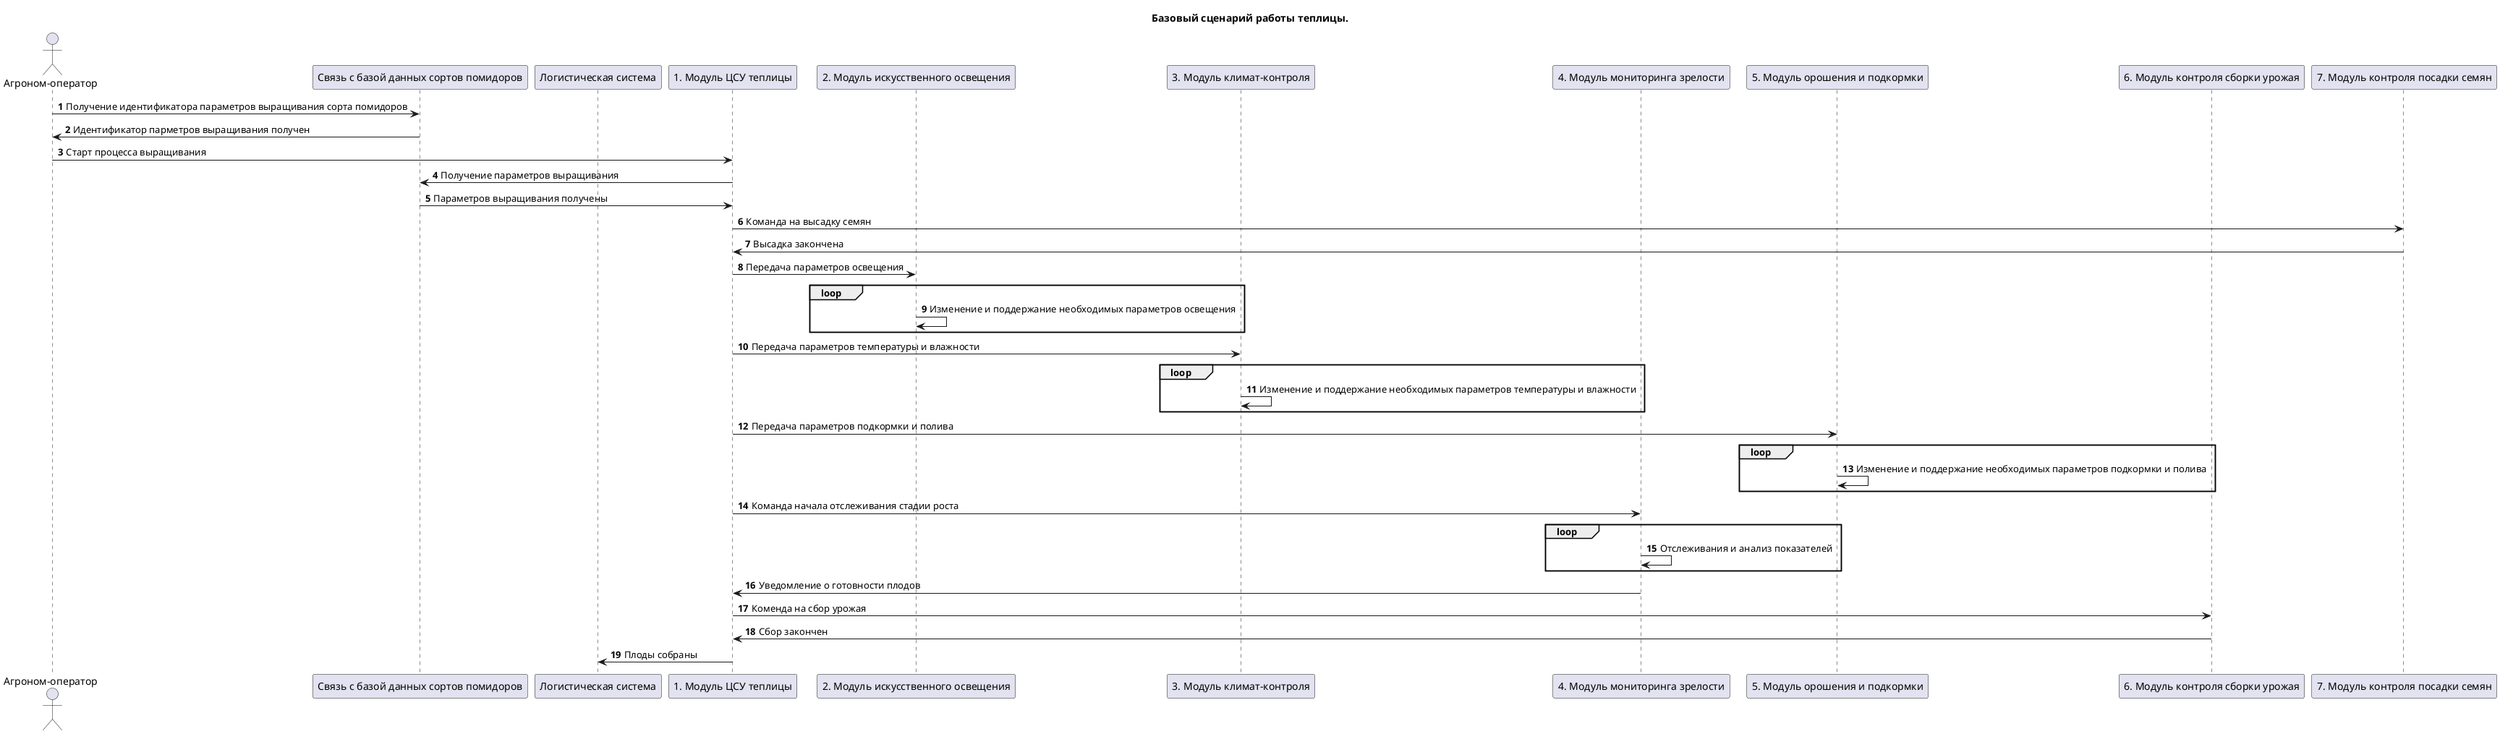
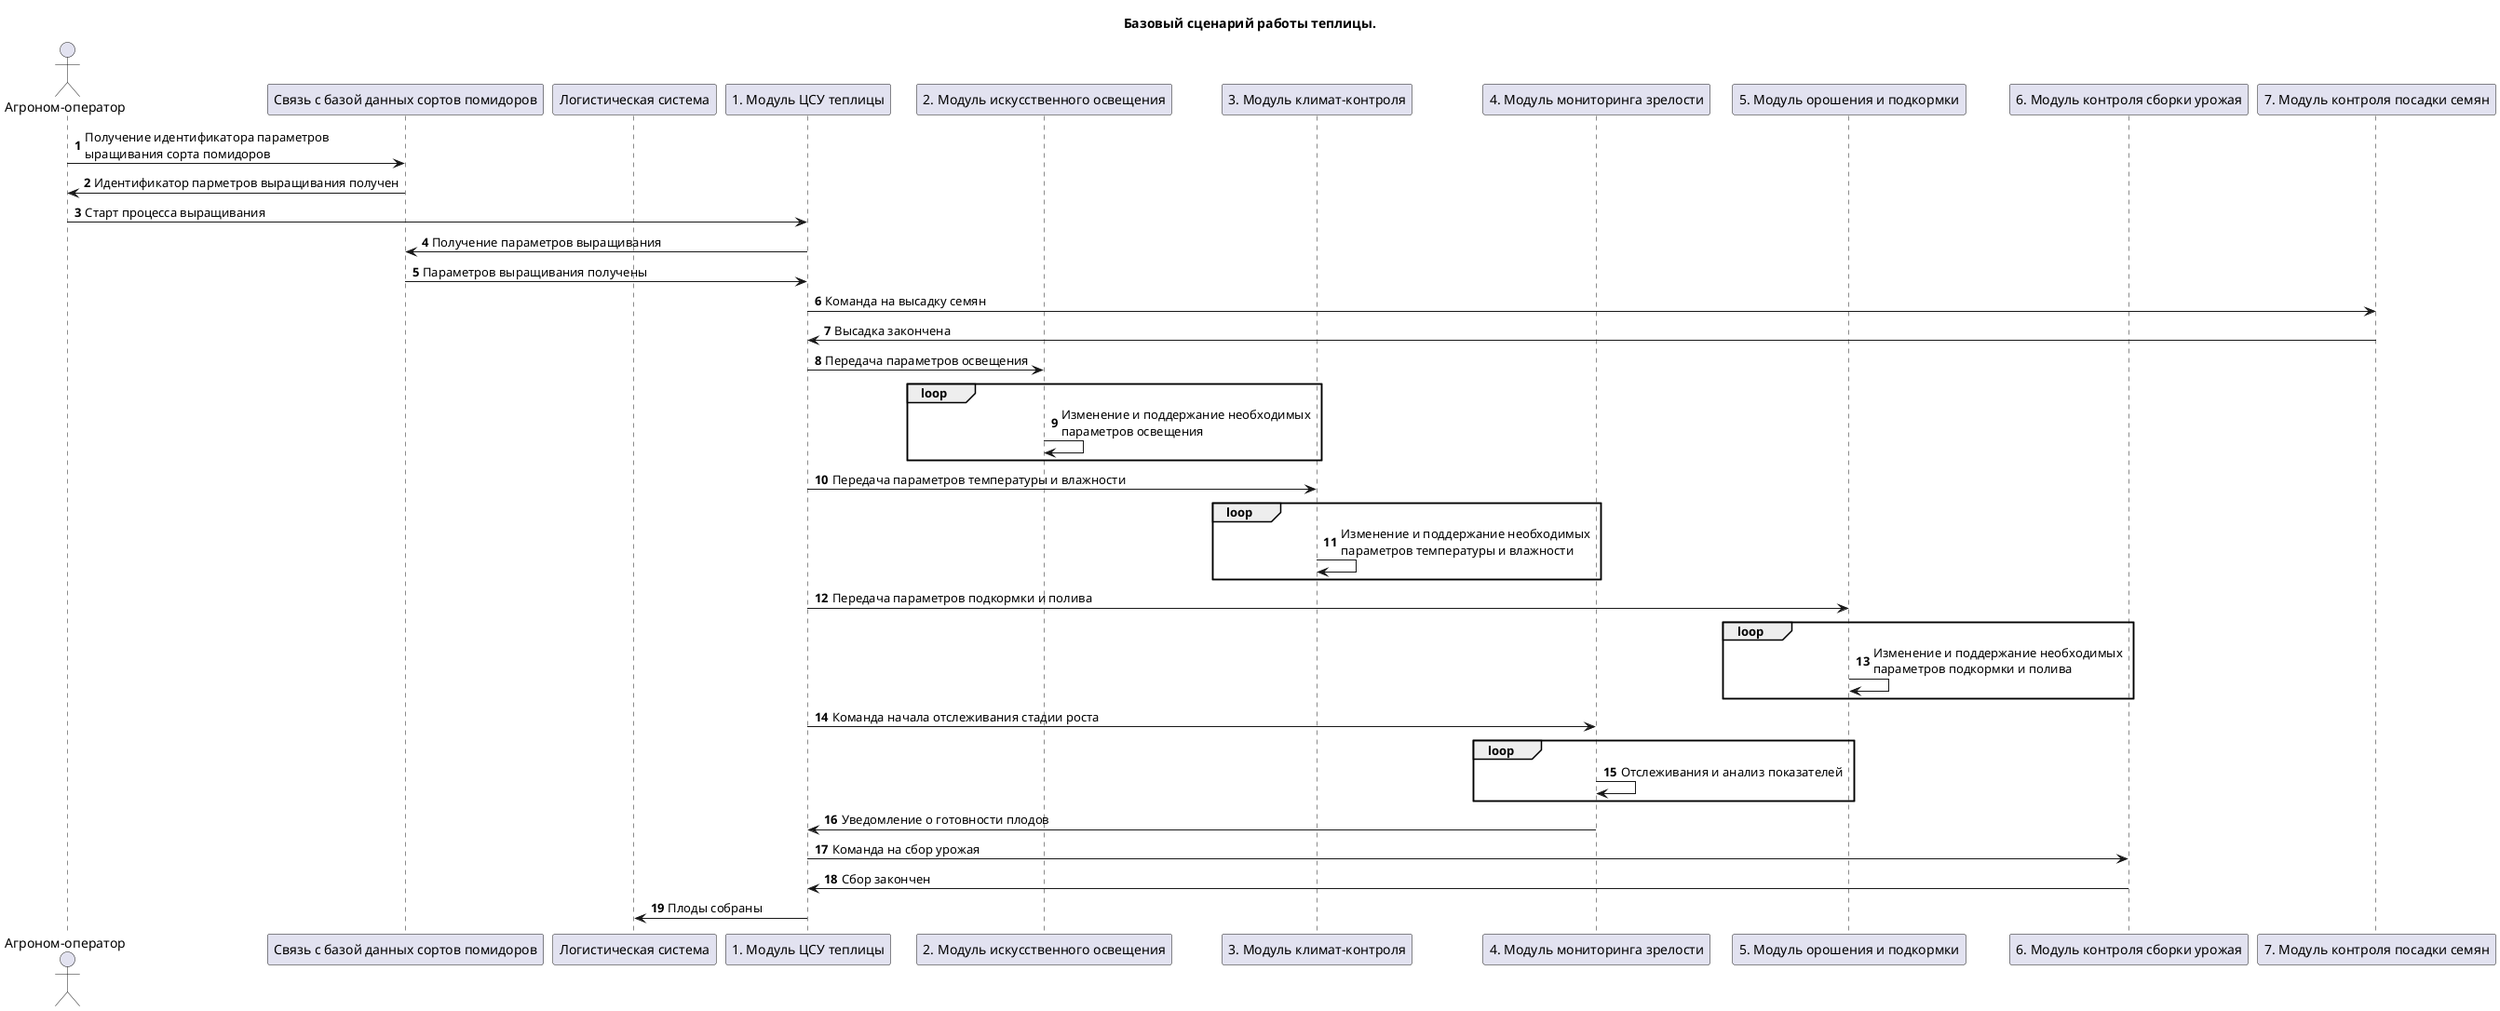
- @startuml "usecases"
+ @startuml "greenhouse-proccessing-scheme"

title "Базовый сценарий работы теплицы."

actor "Агроном-оператор" as operator
participant "Связь с базой данных сортов помидоров" as tomato_db
participant "Логистическая система" as logistics_system
participant "1. Модуль ЦСУ теплицы" as main_control_module
participant "2. Модуль искусственного освещения" as lighting_module
participant "3. Модуль климат-контроля" as climate_control_module
participant "4. Модуль мониторинга зрелости" as ripeness_monitor_module
participant "5. Модуль орошения и подкормки" as irrigation_module
participant "6. Модуль контроля сборки урожая" as harvesting_module
participant "7. Модуль контроля посадки семян" as planting_module

autonumber

- operator -> tomato_db: Получение идентификатора параметров выращивания сорта помидоров
+ operator -> tomato_db: Получение идентификатора параметров\nыращивания сорта помидоров
tomato_db -> operator: Идентификатор парметров выращивания получен

operator -> main_control_module: Старт процесса выращивания

main_control_module -> tomato_db: Получение параметров выращивания
tomato_db -> main_control_module: Параметров выращивания получены

main_control_module -> planting_module: Команда на высадку семян
planting_module -> main_control_module: Высадка закончена

main_control_module -> lighting_module: Передача параметров освещения
loop
- lighting_module -> lighting_module: Изменение и поддержание необходимых параметров освещения
+ lighting_module -> lighting_module: Изменение и поддержание необходимых\nпараметров освещения
end

main_control_module -> climate_control_module: Передача параметров температуры и влажности
loop
- climate_control_module -> climate_control_module: Изменение и поддержание необходимых параметров температуры и влажности
+ climate_control_module -> climate_control_module: Изменение и поддержание необходимых\nпараметров температуры и влажности
end

main_control_module -> irrigation_module: Передача параметров подкормки и полива
loop
- irrigation_module -> irrigation_module: Изменение и поддержание необходимых параметров подкормки и полива
+ irrigation_module -> irrigation_module: Изменение и поддержание необходимых\nпараметров подкормки и полива
end

main_control_module -> ripeness_monitor_module: Команда начала отслеживания стадии роста
loop
ripeness_monitor_module -> ripeness_monitor_module: Отслеживания и анализ показателей
end

ripeness_monitor_module -> main_control_module: Уведомление о готовности плодов

- main_control_module -> harvesting_module: Коменда на сбор урожая
+ main_control_module -> harvesting_module: Команда на сбор урожая
harvesting_module -> main_control_module: Сбор закончен

main_control_module -> logistics_system: Плоды собраны

@enduml